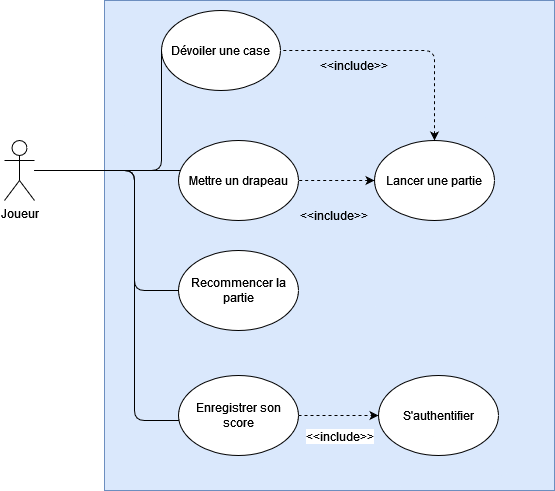
martaducamp/fil_rouge_demineur keeps this draw.io diagram as analyse informatique/useCaseDiagram.drawio.png. Above is the earlier version. Source tidied: cells renumbered, new cells last; positions are measured from the earlier drawing's top-left corner, leaving out a move shared by most shapes. The source it was exported from:
```xml
<mxGraphModel>
  <root>
    <mxCell id="0" />
    <mxCell id="1" parent="0" />
    <mxCell id="2" style="rounded=0;whiteSpace=wrap;html=1;fillColor=#dae8fc;strokeColor=#6c8ebf;" parent="1" vertex="1">
      <mxGeometry x="100" width="450" height="490" as="geometry" />
    </mxCell>
    <mxCell id="3" value="Joueur" style="shape=umlActor;verticalLabelPosition=bottom;verticalAlign=top;html=1;outlineConnect=0;" parent="1" vertex="1">
      <mxGeometry y="140" width="30" height="60" as="geometry" />
    </mxCell>
    <mxCell id="4" value="Lancer une partie" style="ellipse;whiteSpace=wrap;html=1;" parent="1" vertex="1">
      <mxGeometry x="370" y="140" width="120" height="80" as="geometry" />
    </mxCell>
    <mxCell id="5" value="Dévoiler une case" style="ellipse;whiteSpace=wrap;html=1;" parent="1" vertex="1">
      <mxGeometry x="157" y="10" width="119" height="80" as="geometry" />
    </mxCell>
    <mxCell id="6" value="Mettre un drapeau" style="ellipse;whiteSpace=wrap;html=1;" parent="1" vertex="1">
      <mxGeometry x="174" y="140" width="120" height="80" as="geometry" />
    </mxCell>
    <mxCell id="7" style="endArrow=none;dashed=1;html=1;rounded=1;edgeStyle=orthogonalEdgeStyle;exitX=0.5;exitY=0;exitDx=0;exitDy=0;entryX=1;entryY=0.5;entryDx=0;entryDy=0;strokeColor=default;curved=0;startArrow=classic;startFill=1;" parent="1" edge="1" source="4" target="5">
      <mxGeometry relative="1" as="geometry" />
    </mxCell>
    <mxCell id="8" value="&amp;lt;&amp;lt;include&amp;gt;&amp;gt;" style="text;html=1;align=center;verticalAlign=middle;whiteSpace=wrap;rounded=0;" parent="1" vertex="1">
      <mxGeometry x="300" y="200" width="60" height="30" as="geometry" />
    </mxCell>
    <mxCell id="9" value="&amp;lt;&amp;lt;include&amp;gt;&amp;gt;" style="text;html=1;align=center;verticalAlign=middle;whiteSpace=wrap;rounded=0;" parent="1" vertex="1">
      <mxGeometry x="320" y="50" width="60" height="30" as="geometry" />
    </mxCell>
    <mxCell id="10" style="endArrow=none;dashed=1;html=1;rounded=1;edgeStyle=orthogonalEdgeStyle;exitX=0;exitY=0.5;exitDx=0;exitDy=0;entryX=1;entryY=0.5;entryDx=0;entryDy=0;strokeColor=default;curved=0;startArrow=classic;startFill=1;" parent="1" edge="1" source="4" target="6">
      <mxGeometry relative="1" as="geometry">
        <Array as="points">
          <mxPoint x="350" y="180" />
          <mxPoint x="350" y="180" />
        </Array>
      </mxGeometry>
    </mxCell>
    <mxCell id="11" style="endArrow=none;html=1;rounded=1;entryX=0;entryY=0.5;entryDx=0;entryDy=0;edgeStyle=orthogonalEdgeStyle;curved=0;" parent="1" edge="1" source="3" target="5">
      <mxGeometry relative="1" as="geometry">
        <Array as="points">
          <mxPoint x="157" y="170" />
        </Array>
      </mxGeometry>
    </mxCell>
    <mxCell id="12" style="endArrow=none;html=1;rounded=1;edgeStyle=orthogonalEdgeStyle;curved=0;" parent="1" edge="1" source="3" target="6">
      <mxGeometry relative="1" as="geometry">
        <Array as="points">
          <mxPoint x="150" y="170" />
          <mxPoint x="150" y="170" />
        </Array>
      </mxGeometry>
    </mxCell>
    <mxCell id="13" value="Enregistrer son score" style="ellipse;whiteSpace=wrap;html=1;" parent="1" vertex="1">
      <mxGeometry x="174" y="375" width="120" height="80" as="geometry" />
    </mxCell>
    <mxCell id="14" style="endArrow=none;html=1;rounded=1;edgeStyle=orthogonalEdgeStyle;curved=0;" parent="1" edge="1" source="3" target="13">
      <mxGeometry relative="1" as="geometry">
        <Array as="points">
          <mxPoint x="130" y="170" />
          <mxPoint x="130" y="420" />
        </Array>
      </mxGeometry>
    </mxCell>
    <mxCell id="15" value="S'authentifier" style="ellipse;whiteSpace=wrap;html=1;" parent="1" vertex="1">
      <mxGeometry x="374" y="375" width="120" height="80" as="geometry" />
    </mxCell>
    <mxCell id="16" style="endArrow=classic;dashed=1;html=1;rounded=0;exitX=1;exitY=0.5;exitDx=0;exitDy=0;endFill=1;" parent="1" edge="1" source="13" target="15">
      <mxGeometry relative="1" as="geometry" />
    </mxCell>
    <mxCell id="17" value="&lt;font style=&quot;font-size: 12px;&quot;&gt;&amp;lt;&amp;lt;include&amp;gt;&amp;gt;&lt;/font&gt;" style="edgeLabel;html=1;align=center;verticalAlign=middle;" parent="16" vertex="1">
      <mxGeometry x="0.03" y="-4" relative="1" as="geometry">
        <mxPoint x="-1" y="16" as="offset" />
      </mxGeometry>
    </mxCell>
    <mxCell id="18" value="Recommencer la partie" style="ellipse;whiteSpace=wrap;html=1;" parent="1" vertex="1">
      <mxGeometry x="174" y="250" width="120" height="80" as="geometry" />
    </mxCell>
    <mxCell id="19" style="endArrow=none;html=1;rounded=1;edgeStyle=orthogonalEdgeStyle;curved=0;" parent="1" edge="1" source="3" target="18">
      <mxGeometry relative="1" as="geometry">
        <Array as="points">
          <mxPoint x="130" y="170" />
          <mxPoint x="130" y="290" />
        </Array>
      </mxGeometry>
    </mxCell>
  </root>
</mxGraphModel>
```
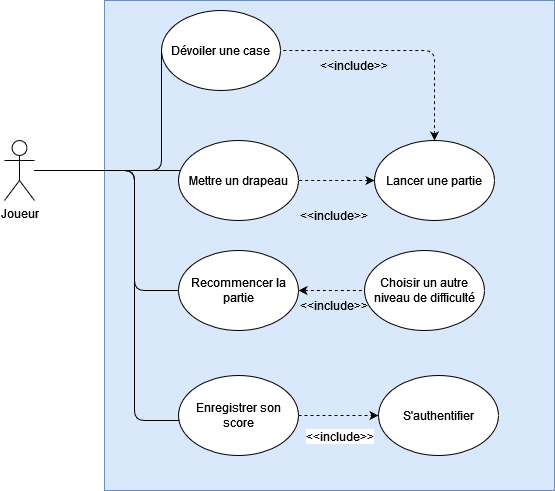
Above is the later version.

Commit message:
changement usecase diagrammes

changement usecase diagrammes

The edit, as a diff of the source:
```diff
@@ -82,5 +82,19 @@
         </Array>
       </mxGeometry>
     </mxCell>
+    <mxCell id="20" value="Choisir un autre niveau de difficulté" style="ellipse;whiteSpace=wrap;html=1;" parent="1" vertex="1">
+      <mxGeometry x="360" y="250" width="120" height="80" as="geometry" />
+    </mxCell>
+    <mxCell id="21" style="endArrow=none;dashed=1;html=1;rounded=1;edgeStyle=orthogonalEdgeStyle;strokeColor=default;curved=0;startArrow=classic;startFill=1;" parent="1" edge="1" source="18" target="20">
+      <mxGeometry relative="1" as="geometry">
+        <Array as="points">
+          <mxPoint x="330" y="290" />
+          <mxPoint x="330" y="290" />
+        </Array>
+      </mxGeometry>
+    </mxCell>
+    <mxCell id="22" value="&amp;lt;&amp;lt;include&amp;gt;&amp;gt;" style="text;html=1;align=center;verticalAlign=middle;whiteSpace=wrap;rounded=0;" parent="1" vertex="1">
+      <mxGeometry x="300" y="290" width="60" height="30" as="geometry" />
+    </mxCell>
   </root>
 </mxGraphModel>
```
